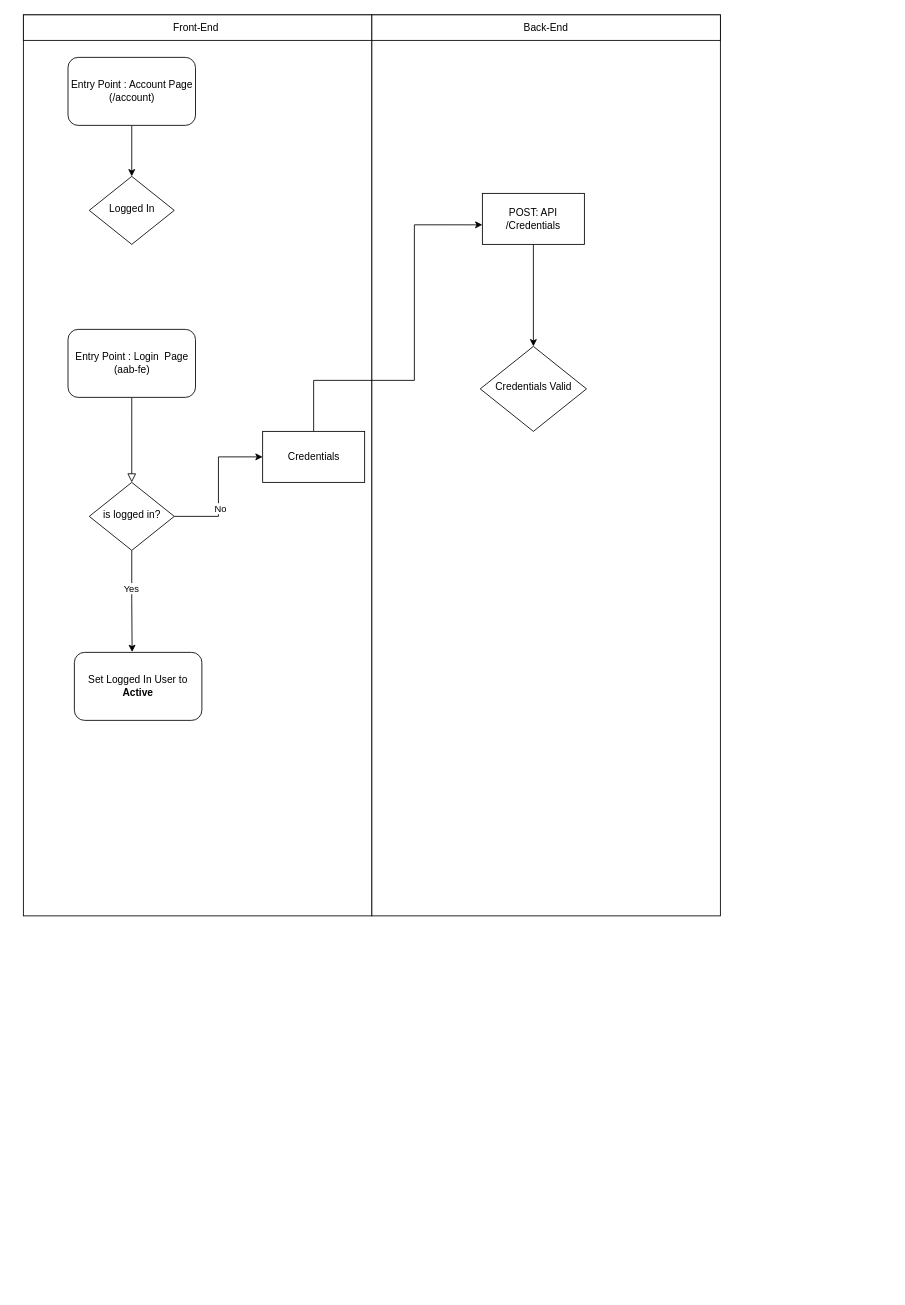
SeijiV13/grip-authentication-flowchart keeps this draw.io diagram as Untitled Diagram.drawio. Above is the earlier version. Source tidied: cells renumbered, new cells numbered last; positions are measured from the earlier drawing's top-left corner, leaving out a move shared by most shapes. Both pictures are drawn from the tidied source at 85%, with x=0, y=0 at pixel (23, 14).
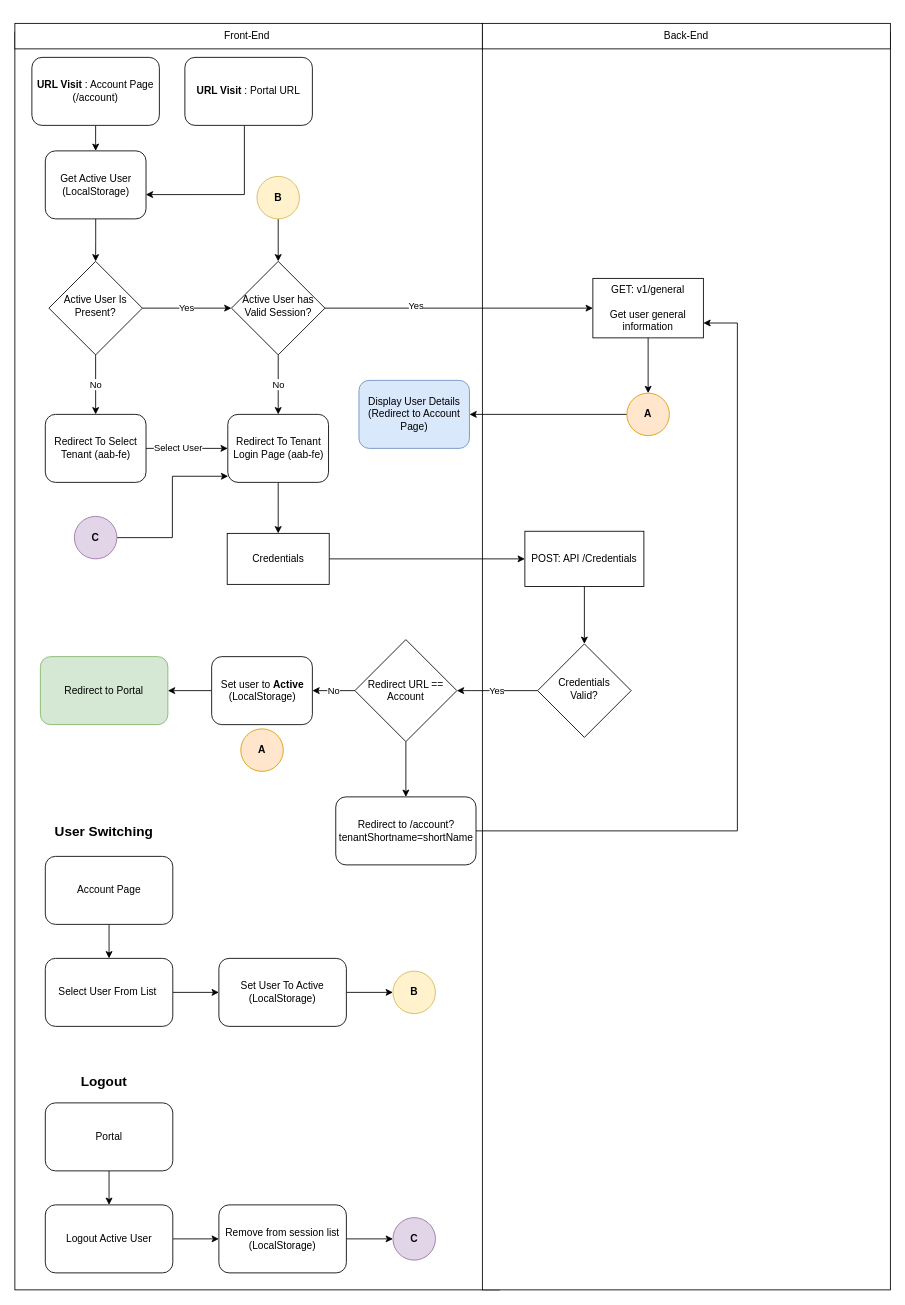
The same page after the edit.

Commit message:
GRIP Front-end Account Session Handling.drawio

Diff of the diagram source:
```diff
@@
     <mxCell id="2" style="rounded=0;whiteSpace=wrap;html=1;" parent="1" vertex="1">
-      <mxGeometry width="410" height="1060" as="geometry" />
+      <mxGeometry x="-10" y="20" width="570" height="1480" as="geometry" />
     </mxCell>
-    <mxCell id="3" style="rounded=0;html=1;jettySize=auto;fontSize=11;endArrow=block;endFill=0;endSize=8;strokeWidth=1;shadow=0;labelBackgroundColor=none;edgeStyle=orthogonalEdgeStyle;" parent="1" edge="1" source="4" target="10">
-      <mxGeometry relative="1" as="geometry">
-        <Array as="points">
-          <mxPoint x="128" y="480" />
-          <mxPoint x="128" y="480" />
-        </Array>
-      </mxGeometry>
-    </mxCell>
-    <mxCell id="4" value="Entry Point : Login&amp;nbsp; Page (aab-fe)" style="rounded=1;whiteSpace=wrap;html=1;fontSize=12;glass=0;strokeWidth=1;shadow=0;" parent="1" vertex="1">
-      <mxGeometry x="52.5" y="370" width="150" height="80" as="geometry" />
-    </mxCell>
-    <mxCell id="5" style="edgeStyle=orthogonalEdgeStyle;rounded=0;jettySize=auto;html=1;exitX=1;exitY=0;exitDx=0;exitDy=0;" parent="1" edge="1" source="10">
-      <mxGeometry relative="1" as="geometry">
-        <mxPoint x="137.5" y="570" as="targetPoint" />
-      </mxGeometry>
-    </mxCell>
-    <mxCell id="6" style="edgeStyle=orthogonalEdgeStyle;rounded=0;jettySize=auto;html=1;exitX=1;exitY=0.5;exitDx=0;exitDy=0;entryX=0;entryY=0.5;entryDx=0;entryDy=0;" parent="1" edge="1" source="10" target="13">
-      <mxGeometry relative="1" as="geometry" />
-    </mxCell>
-    <mxCell id="7" value="No&lt;br&gt;" style="edgeLabel;html=1;align=center;verticalAlign=middle;" parent="6" vertex="1">
-      <mxGeometry x="-0.29" y="-2" relative="1" as="geometry" />
-    </mxCell>
-    <mxCell id="8" style="edgeStyle=orthogonalEdgeStyle;rounded=0;jettySize=auto;html=1;exitX=0.5;exitY=1;exitDx=0;exitDy=0;entryX=0.453;entryY=-0.005;entryDx=0;entryDy=0;entryPerimeter=0;" parent="1" edge="1" source="10" target="22">
-      <mxGeometry relative="1" as="geometry" />
-    </mxCell>
-    <mxCell id="9" value="Yes" style="edgeLabel;html=1;align=center;verticalAlign=middle;" parent="8" vertex="1">
-      <mxGeometry x="-0.27" y="-1" relative="1" as="geometry" />
-    </mxCell>
-    <mxCell id="10" value="is logged in?" style="rhombus;whiteSpace=wrap;html=1;shadow=0;fontFamily=Helvetica;fontSize=12;align=center;strokeWidth=1;spacing=6;spacingTop=-4;" parent="1" vertex="1">
-      <mxGeometry x="77.5" y="550" width="100" height="80" as="geometry" />
-    </mxCell>
     <mxCell id="11" style="rounded=0;whiteSpace=wrap;html=1;" parent="1" vertex="1">
-      <mxGeometry x="410" width="410" height="1060" as="geometry" />
+      <mxGeometry x="540" y="20" width="480" height="1480" as="geometry" />
     </mxCell>
-    <mxCell id="12" style="edgeStyle=orthogonalEdgeStyle;rounded=0;jettySize=auto;html=1;entryX=0;entryY=0.617;entryDx=0;entryDy=0;entryPerimeter=0;" parent="1" edge="1" source="13" target="20">
-      <mxGeometry relative="1" as="geometry">
-        <Array as="points">
-          <mxPoint x="460" y="430" />
-          <mxPoint x="460" y="247" />
-        </Array>
-      </mxGeometry>
+    <mxCell id="12" style="edgeStyle=orthogonalEdgeStyle;rounded=0;jettySize=auto;html=1;entryX=0;entryY=0.5;entryDx=0;entryDy=0;" parent="1" edge="1" source="13" target="20">
+      <mxGeometry relative="1" as="geometry" />
     </mxCell>
-    <mxCell id="13" value="Credentials" style="rounded=0;whiteSpace=wrap;html=1;" parent="1" vertex="1">
-      <mxGeometry x="281.5" y="490" width="120" height="60" as="geometry" />
+    <mxCell id="13" value="Credentials" style="rounded=3;whiteSpace=wrap;html=1;" parent="1" vertex="1">
+      <mxGeometry x="239.8" y="610" width="120" height="60" as="geometry" />
     </mxCell>
     <mxCell id="14" value="Front-End&amp;nbsp;" style="rounded=0;whiteSpace=wrap;html=1;" parent="1" vertex="1">
-      <mxGeometry width="410" height="30" as="geometry" />
+      <mxGeometry x="-10" y="10" width="550" height="30" as="geometry" />
     </mxCell>
     <mxCell id="15" value="Back-End" style="rounded=0;whiteSpace=wrap;html=1;" parent="1" vertex="1">
-      <mxGeometry x="410" width="410" height="30" as="geometry" />
+      <mxGeometry x="540" y="10" width="480" height="30" as="geometry" />
     </mxCell>
-    <mxCell id="16" style="edgeStyle=orthogonalEdgeStyle;rounded=0;jettySize=auto;html=1;exitX=0.5;exitY=1;exitDx=0;exitDy=0;entryX=0.5;entryY=0;entryDx=0;entryDy=0;" parent="1" edge="1" source="17" target="18">
+    <mxCell id="16" style="edgeStyle=orthogonalEdgeStyle;rounded=0;jettySize=auto;html=1;exitX=0.5;exitY=1;exitDx=0;exitDy=0;" parent="1" edge="1" source="17" target="29">
       <mxGeometry relative="1" as="geometry" />
     </mxCell>
-    <mxCell id="17" value="Entry Point : Account Page&lt;br&gt;(/account)" style="rounded=1;whiteSpace=wrap;html=1;fontSize=12;glass=0;strokeWidth=1;shadow=0;" parent="1" vertex="1">
-      <mxGeometry x="52.5" y="50" width="150" height="80" as="geometry" />
+    <mxCell id="17" value="&lt;b&gt;URL Visit&lt;/b&gt; : Account Page&lt;br&gt;(/account)" style="rounded=1;whiteSpace=wrap;html=1;fontSize=12;glass=0;strokeWidth=1;shadow=0;" parent="1" vertex="1">
+      <mxGeometry x="10" y="50" width="150" height="80" as="geometry" />
     </mxCell>
-    <mxCell id="18" value="Logged In" style="rhombus;whiteSpace=wrap;html=1;shadow=0;fontFamily=Helvetica;fontSize=12;align=center;strokeWidth=1;spacing=6;spacingTop=-4;" parent="1" vertex="1">
-      <mxGeometry x="77.5" y="190" width="100" height="80" as="geometry" />
-    </mxCell>
-    <mxCell id="19" style="edgeStyle=orthogonalEdgeStyle;rounded=0;jettySize=auto;html=1;" parent="1" edge="1" source="20" target="21">
-      <mxGeometry relative="1" as="geometry" />
-    </mxCell>
+    <mxCell id="23" style="edgeStyle=orthogonalEdgeStyle;rounded=0;jettySize=auto;html=1;" parent="1" edge="1" source="20" target="47">
+      <mxGeometry relative="1" as="geometry" />
+    </mxCell>
     <mxCell id="20" value="POST: API /Credentials" style="rounded=0;whiteSpace=wrap;html=1;" parent="1" vertex="1">
-      <mxGeometry x="540" y="210" width="120" height="60" as="geometry" />
+      <mxGeometry x="590" y="607.5" width="140" height="65" as="geometry" />
     </mxCell>
-    <mxCell id="21" value="Credentials Valid" style="rhombus;whiteSpace=wrap;html=1;shadow=0;fontFamily=Helvetica;fontSize=12;align=center;strokeWidth=1;spacing=6;spacingTop=-4;" parent="1" vertex="1">
-      <mxGeometry x="537.5" y="390" width="125" height="100" as="geometry" />
-    </mxCell>
-    <mxCell id="22" value="Set Logged In User to &lt;b&gt;Active&lt;/b&gt;" style="rounded=1;whiteSpace=wrap;html=1;fontSize=12;glass=0;strokeWidth=1;shadow=0;" parent="1" vertex="1">
-      <mxGeometry x="60" y="750" width="150" height="80" as="geometry" />
-    </mxCell>
+    <mxCell id="24" style="edgeStyle=orthogonalEdgeStyle;rounded=0;jettySize=auto;html=1;" parent="1" edge="1" source="25" target="27">
+      <mxGeometry relative="1" as="geometry" />
+    </mxCell>
+    <mxCell id="25" value="Account Page" style="rounded=1;whiteSpace=wrap;html=1;fontSize=12;glass=0;strokeWidth=1;shadow=0;" parent="1" vertex="1">
+      <mxGeometry x="25.8" y="990" width="150" height="80" as="geometry" />
+    </mxCell>
+    <mxCell id="26" style="edgeStyle=orthogonalEdgeStyle;rounded=0;jettySize=auto;html=1;" parent="1" edge="1" source="27" target="64">
+      <mxGeometry relative="1" as="geometry" />
+    </mxCell>
+    <mxCell id="27" value="Select User From List&amp;nbsp;" style="rounded=1;whiteSpace=wrap;html=1;fontSize=12;glass=0;strokeWidth=1;shadow=0;" parent="1" vertex="1">
+      <mxGeometry x="25.8" y="1110" width="150" height="80" as="geometry" />
+    </mxCell>
+    <mxCell id="28" style="edgeStyle=orthogonalEdgeStyle;rounded=0;jettySize=auto;html=1;" parent="1" edge="1" source="29" target="36">
+      <mxGeometry relative="1" as="geometry" />
+    </mxCell>
+    <mxCell id="29" value="Get Active User&lt;br&gt;(LocalStorage)" style="rounded=1;whiteSpace=wrap;html=1;fontSize=12;glass=0;strokeWidth=1;shadow=0;" parent="1" vertex="1">
+      <mxGeometry x="25.8" y="160" width="118.5" height="80" as="geometry" />
+    </mxCell>
+    <mxCell id="30" style="edgeStyle=orthogonalEdgeStyle;rounded=0;jettySize=auto;html=1;" parent="1" edge="1" source="31" target="13">
+      <mxGeometry relative="1" as="geometry" />
+    </mxCell>
+    <mxCell id="31" value="Redirect To Tenant Login Page (aab-fe)&lt;br&gt;" style="rounded=1;whiteSpace=wrap;html=1;fontSize=12;glass=0;strokeWidth=1;shadow=0;" parent="1" vertex="1">
+      <mxGeometry x="240.5" y="470" width="118.5" height="80" as="geometry" />
+    </mxCell>
+    <mxCell id="32" style="edgeStyle=orthogonalEdgeStyle;rounded=0;jettySize=auto;html=1;entryX=0.5;entryY=0;entryDx=0;entryDy=0;" parent="1" edge="1" source="33" target="56">
+      <mxGeometry relative="1" as="geometry" />
+    </mxCell>
+    <mxCell id="33" value="GET: v1/general&lt;br&gt;&lt;br&gt;Get user general information" style="rounded=3;whiteSpace=wrap;html=1;" parent="1" vertex="1">
+      <mxGeometry x="670" y="310" width="130" height="70" as="geometry" />
+    </mxCell>
+    <mxCell id="34" value="Yes" style="edgeStyle=orthogonalEdgeStyle;rounded=0;jettySize=auto;html=1;" parent="1" edge="1" source="36" target="39">
+      <mxGeometry relative="1" as="geometry" />
+    </mxCell>
+    <mxCell id="35" value="No" style="edgeStyle=orthogonalEdgeStyle;rounded=0;jettySize=auto;html=1;entryX=0.5;entryY=0;entryDx=0;entryDy=0;" parent="1" edge="1" source="36" target="43">
+      <mxGeometry relative="1" as="geometry" />
+    </mxCell>
+    <mxCell id="36" value="Active User Is Present?" style="rhombus;whiteSpace=wrap;html=1;shadow=0;fontFamily=Helvetica;fontSize=12;align=center;strokeWidth=1;spacing=6;spacingTop=-4;" parent="1" vertex="1">
+      <mxGeometry x="30" y="290" width="110" height="110" as="geometry" />
+    </mxCell>
+    <mxCell id="37" style="edgeStyle=orthogonalEdgeStyle;rounded=0;jettySize=auto;html=1;entryX=0;entryY=0.5;entryDx=0;entryDy=0;" parent="1" edge="1" source="39" target="33">
+      <mxGeometry relative="1" as="geometry" />
+    </mxCell>
+    <mxCell id="9" value="Yes" style="edgeLabel;html=1;align=center;verticalAlign=middle;" parent="37" vertex="1">
+      <mxGeometry x="-0.32" y="4" relative="1" as="geometry" />
+    </mxCell>
+    <mxCell id="38" value="No" style="edgeStyle=orthogonalEdgeStyle;rounded=0;jettySize=auto;html=1;" parent="1" edge="1" source="39" target="31">
+      <mxGeometry relative="1" as="geometry" />
+    </mxCell>
+    <mxCell id="39" value="Active User has Valid Session?" style="rhombus;whiteSpace=wrap;html=1;shadow=0;fontFamily=Helvetica;fontSize=12;align=center;strokeWidth=1;spacing=6;spacingTop=-4;" parent="1" vertex="1">
+      <mxGeometry x="244.8" y="290" width="110" height="110" as="geometry" />
+    </mxCell>
+    <mxCell id="40" value="Display User Details (Redirect to Account Page)" style="rounded=1;whiteSpace=wrap;html=1;fontSize=12;glass=0;strokeWidth=1;shadow=0;fillColor=#dae8fc;strokeColor=#6c8ebf;" parent="1" vertex="1">
+      <mxGeometry x="394.8" y="430" width="130" height="80" as="geometry" />
+    </mxCell>
+    <mxCell id="41" style="edgeStyle=orthogonalEdgeStyle;rounded=0;jettySize=auto;html=1;" parent="1" edge="1" source="43" target="31">
+      <mxGeometry relative="1" as="geometry" />
+    </mxCell>
+    <mxCell id="42" value="Select User" style="edgeLabel;html=1;align=center;verticalAlign=middle;" parent="41" vertex="1">
+      <mxGeometry x="-0.24" y="1" relative="1" as="geometry" />
+    </mxCell>
+    <mxCell id="43" value="Redirect To Select Tenant (aab-fe)" style="rounded=1;whiteSpace=wrap;html=1;fontSize=12;glass=0;strokeWidth=1;shadow=0;" parent="1" vertex="1">
+      <mxGeometry x="25.8" y="470" width="118.5" height="80" as="geometry" />
+    </mxCell>
+    <mxCell id="44" style="edgeStyle=orthogonalEdgeStyle;rounded=0;jettySize=auto;html=1;entryX=0.998;entryY=0.643;entryDx=0;entryDy=0;entryPerimeter=0;" parent="1" edge="1" source="45" target="29">
+      <mxGeometry relative="1" as="geometry">
+        <Array as="points">
+          <mxPoint x="260" y="211" />
+        </Array>
+      </mxGeometry>
+    </mxCell>
+    <mxCell id="45" value="&lt;b&gt;URL Visit&lt;/b&gt; : Portal URL&lt;br&gt;" style="rounded=1;whiteSpace=wrap;html=1;fontSize=12;glass=0;strokeWidth=1;shadow=0;" parent="1" vertex="1">
+      <mxGeometry x="190" y="50" width="150" height="80" as="geometry" />
+    </mxCell>
+    <mxCell id="46" value="Yes" style="edgeStyle=orthogonalEdgeStyle;rounded=0;jettySize=auto;html=1;entryX=1;entryY=0.5;entryDx=0;entryDy=0;" parent="1" edge="1" source="47" target="50">
+      <mxGeometry relative="1" as="geometry" />
+    </mxCell>
+    <mxCell id="47" value="Credentials&lt;br&gt;Valid?" style="rhombus;whiteSpace=wrap;html=1;shadow=0;fontFamily=Helvetica;fontSize=12;align=center;strokeWidth=1;spacing=6;spacingTop=-4;" parent="1" vertex="1">
+      <mxGeometry x="605" y="740" width="110" height="110" as="geometry" />
+    </mxCell>
+    <mxCell id="48" value="No" style="edgeStyle=orthogonalEdgeStyle;rounded=0;jettySize=auto;html=1;" parent="1" edge="1" source="50" target="53">
+      <mxGeometry relative="1" as="geometry" />
+    </mxCell>
+    <mxCell id="49" style="edgeStyle=orthogonalEdgeStyle;rounded=0;jettySize=auto;html=1;" parent="1" edge="1" source="50" target="58">
+      <mxGeometry relative="1" as="geometry" />
+    </mxCell>
+    <mxCell id="50" value="Redirect URL == Account" style="rhombus;whiteSpace=wrap;html=1;" parent="1" vertex="1">
+      <mxGeometry x="390" y="735" width="120" height="120" as="geometry" />
+    </mxCell>
+    <mxCell id="51" value="Redirect to Portal" style="rounded=1;whiteSpace=wrap;html=1;fontSize=12;glass=0;strokeWidth=1;shadow=0;fillColor=#d5e8d4;strokeColor=#82b366;" parent="1" vertex="1">
+      <mxGeometry x="20" y="755" width="150" height="80" as="geometry" />
+    </mxCell>
+    <mxCell id="52" style="edgeStyle=orthogonalEdgeStyle;rounded=0;jettySize=auto;html=1;" parent="1" edge="1" source="53" target="51">
+      <mxGeometry relative="1" as="geometry" />
+    </mxCell>
+    <mxCell id="53" value="Set user to &lt;b&gt;Active&lt;br&gt;&lt;/b&gt;(LocalStorage)&lt;b&gt;&lt;br&gt;&lt;/b&gt;" style="rounded=1;whiteSpace=wrap;html=1;fontSize=12;glass=0;strokeWidth=1;shadow=0;" parent="1" vertex="1">
+      <mxGeometry x="221.5" y="755" width="118.5" height="80" as="geometry" />
+    </mxCell>
+    <mxCell id="54" value="&lt;b&gt;A&lt;/b&gt;" style="ellipse;whiteSpace=wrap;html=1;fillColor=#ffe6cc;strokeColor=#d79b00;" parent="1" vertex="1">
+      <mxGeometry x="255.8" y="840" width="50" height="50" as="geometry" />
+    </mxCell>
+    <mxCell id="55" style="edgeStyle=orthogonalEdgeStyle;rounded=0;jettySize=auto;html=1;" parent="1" edge="1" source="56" target="40">
+      <mxGeometry relative="1" as="geometry" />
+    </mxCell>
+    <mxCell id="56" value="&lt;b&gt;A&lt;/b&gt;" style="ellipse;whiteSpace=wrap;html=1;fillColor=#ffe6cc;strokeColor=#d79b00;" parent="1" vertex="1">
+      <mxGeometry x="710" y="445" width="50" height="50" as="geometry" />
+    </mxCell>
+    <mxCell id="57" style="edgeStyle=orthogonalEdgeStyle;rounded=0;jettySize=auto;html=1;entryX=1;entryY=0.75;entryDx=0;entryDy=0;" parent="1" edge="1" source="58" target="33">
+      <mxGeometry relative="1" as="geometry">
+        <Array as="points">
+          <mxPoint x="840" y="960" />
+          <mxPoint x="840" y="363" />
+        </Array>
+      </mxGeometry>
+    </mxCell>
+    <mxCell id="58" value="Redirect to /account?tenantShortname=shortName" style="rounded=1;whiteSpace=wrap;html=1;fontSize=12;glass=0;strokeWidth=1;shadow=0;" parent="1" vertex="1">
+      <mxGeometry x="367.5" y="920" width="165" height="80" as="geometry" />
+    </mxCell>
+    <mxCell id="59" style="edgeStyle=orthogonalEdgeStyle;rounded=0;jettySize=auto;html=1;entryX=0.5;entryY=0;entryDx=0;entryDy=0;" parent="1" edge="1" source="60" target="39">
+      <mxGeometry relative="1" as="geometry" />
+    </mxCell>
+    <mxCell id="60" value="&lt;b&gt;B&lt;/b&gt;" style="ellipse;whiteSpace=wrap;html=1;fillColor=#fff2cc;strokeColor=#d6b656;" parent="1" vertex="1">
+      <mxGeometry x="274.8" y="190" width="50" height="50" as="geometry" />
+    </mxCell>
+    <mxCell id="61" value="&lt;b&gt;B&lt;/b&gt;" style="ellipse;whiteSpace=wrap;html=1;fillColor=#fff2cc;strokeColor=#d6b656;" parent="1" vertex="1">
+      <mxGeometry x="434.8" y="1125" width="50" height="50" as="geometry" />
+    </mxCell>
+    <mxCell id="62" value="&lt;b&gt;&lt;font style=&quot;font-size: 16px;&quot;&gt;User Switching&lt;/font&gt;&lt;/b&gt;" style="text;html=1;strokeColor=none;fillColor=none;align=center;verticalAlign=middle;whiteSpace=wrap;rounded=0;" parent="1" vertex="1">
+      <mxGeometry x="20" y="945" width="150" height="30" as="geometry" />
+    </mxCell>
+    <mxCell id="63" style="edgeStyle=orthogonalEdgeStyle;rounded=0;jettySize=auto;html=1;" parent="1" edge="1" source="64" target="61">
+      <mxGeometry relative="1" as="geometry" />
+    </mxCell>
+    <mxCell id="64" value="Set User To Active&lt;br&gt;(LocalStorage)" style="rounded=1;whiteSpace=wrap;html=1;fontSize=12;glass=0;strokeWidth=1;shadow=0;" parent="1" vertex="1">
+      <mxGeometry x="230" y="1110" width="150" height="80" as="geometry" />
+    </mxCell>
+    <mxCell id="65" value="&lt;b&gt;&lt;font style=&quot;font-size: 16px;&quot;&gt;Logout&lt;/font&gt;&lt;/b&gt;" style="text;html=1;strokeColor=none;fillColor=none;align=center;verticalAlign=middle;whiteSpace=wrap;rounded=0;" parent="1" vertex="1">
+      <mxGeometry x="20" y="1240" width="150" height="30" as="geometry" />
+    </mxCell>
+    <mxCell id="66" style="edgeStyle=orthogonalEdgeStyle;rounded=0;jettySize=auto;html=1;" parent="1" edge="1" source="67" target="69">
+      <mxGeometry relative="1" as="geometry" />
+    </mxCell>
+    <mxCell id="67" value="Portal" style="rounded=1;whiteSpace=wrap;html=1;fontSize=12;glass=0;strokeWidth=1;shadow=0;" parent="1" vertex="1">
+      <mxGeometry x="25.8" y="1280" width="150" height="80" as="geometry" />
+    </mxCell>
+    <mxCell id="68" style="edgeStyle=orthogonalEdgeStyle;rounded=0;jettySize=auto;html=1;" parent="1" edge="1" source="69" target="71">
+      <mxGeometry relative="1" as="geometry" />
+    </mxCell>
+    <mxCell id="69" value="Logout Active User" style="rounded=1;whiteSpace=wrap;html=1;fontSize=12;glass=0;strokeWidth=1;shadow=0;" parent="1" vertex="1">
+      <mxGeometry x="25.8" y="1400" width="150" height="80" as="geometry" />
+    </mxCell>
+    <mxCell id="70" style="edgeStyle=orthogonalEdgeStyle;rounded=0;jettySize=auto;html=1;" parent="1" edge="1" source="71" target="72">
+      <mxGeometry relative="1" as="geometry" />
+    </mxCell>
+    <mxCell id="71" value="Remove from session list&lt;br&gt;(LocalStorage)" style="rounded=1;whiteSpace=wrap;html=1;fontSize=12;glass=0;strokeWidth=1;shadow=0;" parent="1" vertex="1">
+      <mxGeometry x="230" y="1400" width="150" height="80" as="geometry" />
+    </mxCell>
+    <mxCell id="72" value="&lt;b&gt;C&lt;/b&gt;" style="ellipse;whiteSpace=wrap;html=1;fillColor=#e1d5e7;strokeColor=#9673a6;" parent="1" vertex="1">
+      <mxGeometry x="434.8" y="1415" width="50" height="50" as="geometry" />
+    </mxCell>
+    <mxCell id="73" style="edgeStyle=orthogonalEdgeStyle;rounded=0;jettySize=auto;html=1;entryX=0.004;entryY=0.91;entryDx=0;entryDy=0;entryPerimeter=0;" parent="1" edge="1" source="74" target="31">
+      <mxGeometry relative="1" as="geometry" />
+    </mxCell>
+    <mxCell id="74" value="&lt;b&gt;C&lt;/b&gt;" style="ellipse;whiteSpace=wrap;html=1;fillColor=#e1d5e7;strokeColor=#9673a6;" parent="1" vertex="1">
+      <mxGeometry x="60" y="590" width="50" height="50" as="geometry" />
+    </mxCell>
```
